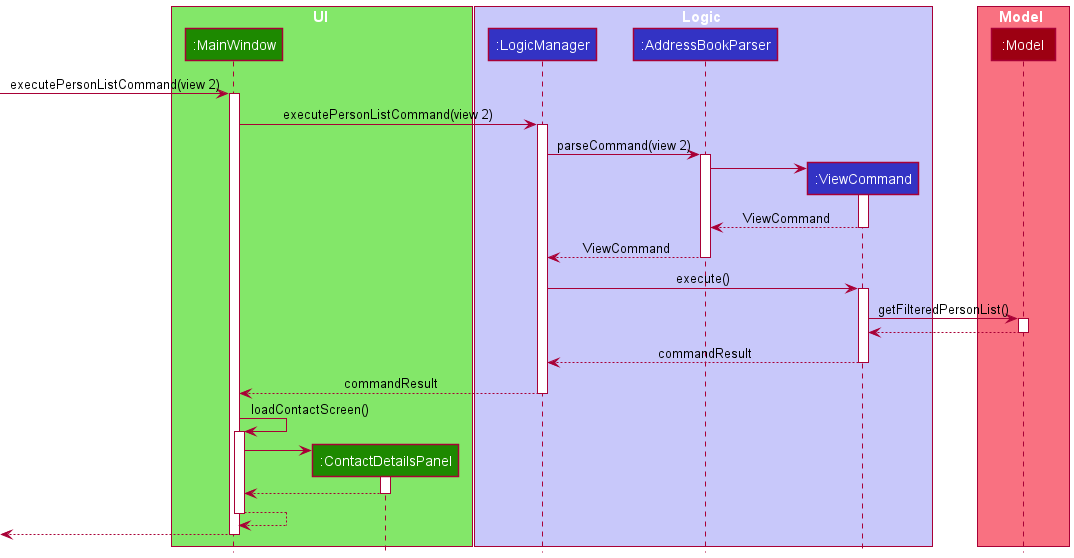
Earlier version of the PlantUML export docs/images/ViewCommandSequenceDiagram.png (tonishka/tp). The source it was exported from:
```plantuml
@startuml
!include Style.puml

box UI UI_COLOR_T1
participant ":MainWindow" as MainWindow UI_COLOR
participant ":ContactDetailsPanel" as ContactDetailsPanel UI_COLOR
end box

box Logic LOGIC_COLOR_T1
participant ":LogicManager" as LogicManager LOGIC_COLOR
participant ":AddressBookParser" as AddressBookParser LOGIC_COLOR
participant ":ViewCommand" as ViewCommand LOGIC_COLOR
end box

box Model MODEL_COLOR_T1
participant ":Model" as Model MODEL_COLOR
end box

-> MainWindow : executePersonListCommand(view 2)
activate MainWindow

MainWindow -> LogicManager:executePersonListCommand(view 2)
activate LogicManager

LogicManager -> AddressBookParser : parseCommand(view 2)
activate AddressBookParser

create ViewCommand
AddressBookParser -> ViewCommand
activate ViewCommand

ViewCommand --> AddressBookParser : ViewCommand
deactivate ViewCommand

AddressBookParser --> LogicManager : ViewCommand
deactivate AddressBookParser

LogicManager -> ViewCommand : execute()
activate ViewCommand

ViewCommand -> Model : getFilteredPersonList()
activate Model

Model --> ViewCommand
deactivate Model

ViewCommand --> LogicManager : commandResult
deactivate ViewCommand

LogicManager --> MainWindow : commandResult
deactivate LogicManager

MainWindow -> MainWindow : loadContactScreen()
activate MainWindow

create ContactDetailsPanel
MainWindow -> ContactDetailsPanel
activate ContactDetailsPanel

ContactDetailsPanel --> MainWindow
deactivate ContactDetailsPanel

MainWindow --> MainWindow
deactivate MainWindow

<-- MainWindow
deactivate MainWindow

@enduml
```
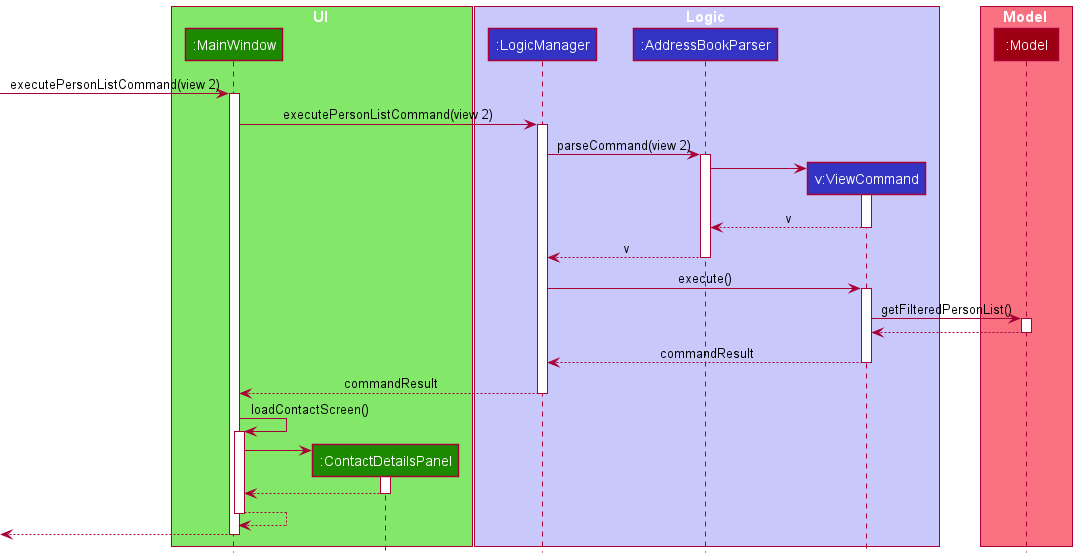
The same file after the commit.

Commit message:
Update notation in ViewCommandSequenceDiagram

Diff of the diagram source:
```diff
@@ -9,7 +9,7 @@
 box Logic LOGIC_COLOR_T1
 participant ":LogicManager" as LogicManager LOGIC_COLOR
 participant ":AddressBookParser" as AddressBookParser LOGIC_COLOR
-participant ":ViewCommand" as ViewCommand LOGIC_COLOR
+participant "v:ViewCommand" as ViewCommand LOGIC_COLOR
 end box
 
 box Model MODEL_COLOR_T1
@@ -29,10 +29,10 @@
 AddressBookParser -> ViewCommand
 activate ViewCommand
 
-ViewCommand --> AddressBookParser : ViewCommand
+ViewCommand --> AddressBookParser : v
 deactivate ViewCommand
 
-AddressBookParser --> LogicManager : ViewCommand
+AddressBookParser --> LogicManager : v
 deactivate AddressBookParser
 
 LogicManager -> ViewCommand : execute()
```
